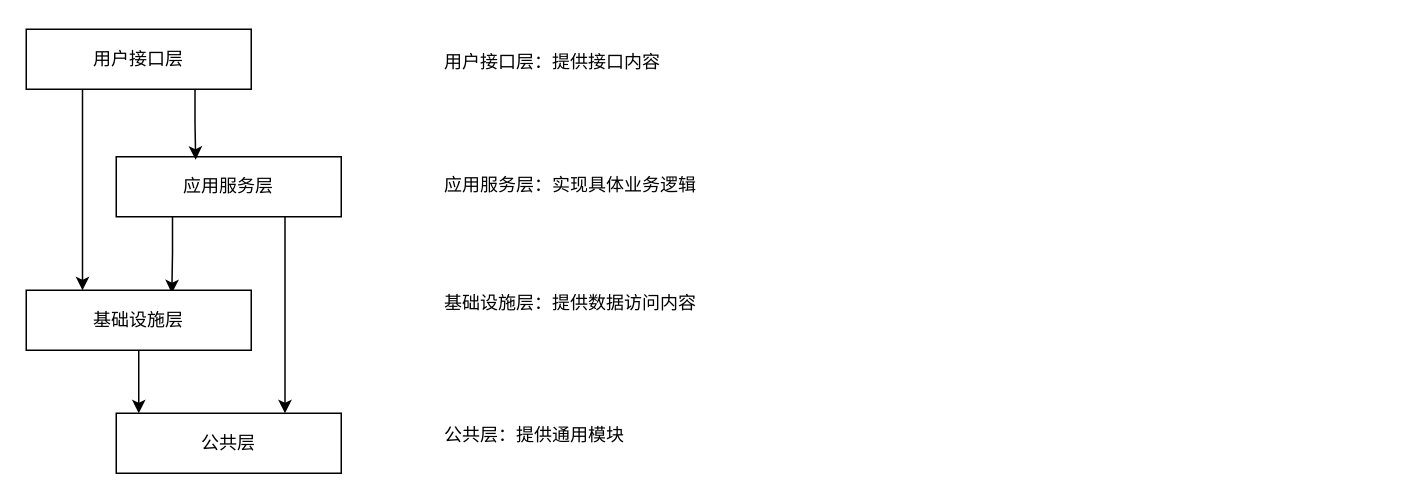
began-zhao/studydraw keeps this draw.io diagram as blog/cy_data.drawio. Above is the earlier version. Source tidied: cells renumbered, new cells numbered last; positions are measured from the earlier drawing's top-left corner, leaving out a move shared by most shapes. Both pictures are drawn from the tidied source at 150%, with x=0, y=0 at pixel (26, 28).
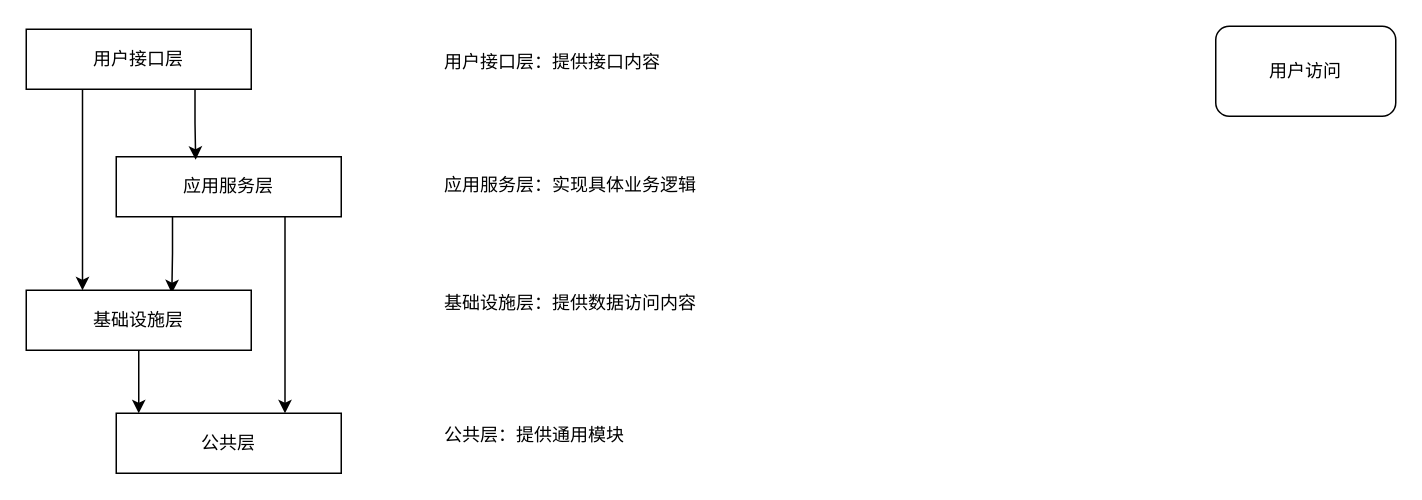
After the change.

Diff of the diagram source:
```diff
@@
 <mxGraphModel>
   <root>
     <mxCell id="0" />
     <mxCell id="1" parent="0" />
     <mxCell id="2" style="edgeStyle=orthogonalEdgeStyle;rounded=0;jettySize=auto;html=1;exitX=0.75;exitY=1;exitDx=0;exitDy=0;entryX=0.75;entryY=0;entryDx=0;entryDy=0;" parent="1" edge="1" source="4" target="5">
       <mxGeometry relative="1" as="geometry" />
     </mxCell>
     <mxCell id="3" style="edgeStyle=orthogonalEdgeStyle;rounded=0;jettySize=auto;html=1;exitX=0.25;exitY=1;exitDx=0;exitDy=0;entryX=0.647;entryY=0.05;entryDx=0;entryDy=0;entryPerimeter=0;" parent="1" edge="1" source="4" target="10">
       <mxGeometry relative="1" as="geometry" />
     </mxCell>
     <mxCell id="4" value="应用服务层" style="rounded=0;whiteSpace=wrap;html=1;" parent="1" vertex="1">
       <mxGeometry x="60" y="85" width="150" height="40" as="geometry" />
     </mxCell>
     <mxCell id="5" value="公共层" style="rounded=0;whiteSpace=wrap;html=1;" parent="1" vertex="1">
       <mxGeometry x="60" y="256" width="150" height="40" as="geometry" />
     </mxCell>
     <mxCell id="6" style="edgeStyle=orthogonalEdgeStyle;rounded=0;jettySize=auto;html=1;exitX=0.25;exitY=1;exitDx=0;exitDy=0;entryX=0.25;entryY=0;entryDx=0;entryDy=0;" parent="1" edge="1" source="8" target="10">
       <mxGeometry relative="1" as="geometry" />
     </mxCell>
     <mxCell id="7" style="edgeStyle=orthogonalEdgeStyle;rounded=0;jettySize=auto;html=1;exitX=0.75;exitY=1;exitDx=0;exitDy=0;entryX=0.353;entryY=0.05;entryDx=0;entryDy=0;entryPerimeter=0;" parent="1" edge="1" source="8" target="4">
       <mxGeometry relative="1" as="geometry" />
     </mxCell>
     <mxCell id="8" value="用户接口层" style="rounded=0;whiteSpace=wrap;html=1;" parent="1" vertex="1">
       <mxGeometry width="150" height="40" as="geometry" />
     </mxCell>
     <mxCell id="9" style="edgeStyle=orthogonalEdgeStyle;rounded=0;jettySize=auto;html=1;exitX=0.5;exitY=1;exitDx=0;exitDy=0;entryX=0.1;entryY=0;entryDx=0;entryDy=0;entryPerimeter=0;" parent="1" edge="1" source="10" target="5">
       <mxGeometry relative="1" as="geometry" />
     </mxCell>
     <mxCell id="10" value="基础设施层" style="rounded=0;whiteSpace=wrap;html=1;" parent="1" vertex="1">
       <mxGeometry y="174" width="150" height="40" as="geometry" />
     </mxCell>
     <mxCell id="11" value="用户接口层：提供接口内容" style="text;strokeColor=none;fillColor=none;align=left;verticalAlign=middle;spacingLeft=4;spacingRight=4;overflow=hidden;whiteSpace=wrap;html=1;" parent="1" vertex="1">
       <mxGeometry x="273" y="7" width="171" height="30" as="geometry" />
     </mxCell>
     <mxCell id="12" value="应用服务层：实现具体业务逻辑" style="text;strokeColor=none;fillColor=none;align=left;verticalAlign=middle;spacingLeft=4;spacingRight=4;overflow=hidden;whiteSpace=wrap;html=1;" parent="1" vertex="1">
       <mxGeometry x="273" y="89" width="192" height="30" as="geometry" />
     </mxCell>
     <mxCell id="13" value="基础设施层：提供数据访问内容" style="text;strokeColor=none;fillColor=none;align=left;verticalAlign=middle;spacingLeft=4;spacingRight=4;overflow=hidden;whiteSpace=wrap;html=1;" parent="1" vertex="1">
       <mxGeometry x="273" y="168" width="192" height="30" as="geometry" />
     </mxCell>
     <mxCell id="14" value="公共层：提供通用模块" style="text;strokeColor=none;fillColor=none;align=left;verticalAlign=middle;spacingLeft=4;spacingRight=4;overflow=hidden;whiteSpace=wrap;html=1;" parent="1" vertex="1">
       <mxGeometry x="273" y="256" width="192" height="30" as="geometry" />
     </mxCell>
+    <mxCell id="15" value="用户访问" style="rounded=1;whiteSpace=wrap;html=1;" parent="1" vertex="1">
+      <mxGeometry x="793" y="-2" width="120" height="60" as="geometry" />
+    </mxCell>
   </root>
 </mxGraphModel>
```
